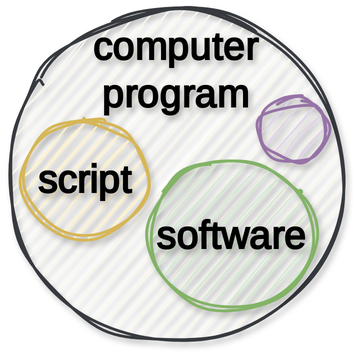
Earlier version of the draw.io export lectures/figures/program_software.drawio.svg (pintergreg/software-engineering). Source tidied: cells renumbered, new cells last; positions are measured from the earlier drawing's top-left corner, leaving out a move shared by most shapes.
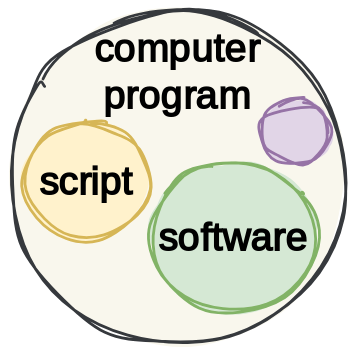
The same diagram one commit later.

Commit message:
Remove shadow and use solid fill #7

What changed in the source:
```diff
@@ -2,19 +2,19 @@
   <root>
     <mxCell id="0" />
     <mxCell id="1" parent="0" />
-    <mxCell id="2" style="ellipse;whiteSpace=wrap;html=1;align=center;fillColor=#f9f7ed;strokeColor=#36393d;strokeWidth=2;perimeterSpacing=0;sketch=1;curveFitting=1;jiggle=2;shadow=1;" parent="1" vertex="1">
+    <mxCell id="2" style="ellipse;whiteSpace=wrap;html=1;align=center;fillColor=#f9f7ed;strokeColor=#36393d;strokeWidth=2;perimeterSpacing=0;sketch=1;curveFitting=1;jiggle=2;shadow=0;fillStyle=solid;" parent="1" vertex="1">
       <mxGeometry width="240" height="240" as="geometry" />
     </mxCell>
-    <mxCell id="3" value="software" style="ellipse;whiteSpace=wrap;html=1;fontSize=28;fontStyle=1;fillColor=#d5e8d4;strokeColor=#82b366;sketch=1;curveFitting=1;jiggle=2;strokeWidth=2;shadow=1;fontFamily=Delicious Handrawn;fontSource=https%3A%2F%2Ffonts.googleapis.com%2Fcss%3Ffamily%3DDelicious%2BHandrawn;textShadow=1;" parent="1" vertex="1">
+    <mxCell id="3" value="software" style="ellipse;whiteSpace=wrap;html=1;fontSize=28;fontStyle=1;fillColor=#d5e8d4;strokeColor=#82b366;sketch=1;curveFitting=1;jiggle=2;strokeWidth=2;shadow=0;fontFamily=Delicious Handrawn;fontSource=https%3A%2F%2Ffonts.googleapis.com%2Fcss%3Ffamily%3DDelicious%2BHandrawn;textShadow=0;fillStyle=solid;" parent="1" vertex="1">
       <mxGeometry x="100" y="110" width="120" height="105" as="geometry" />
     </mxCell>
-    <mxCell id="4" value="&lt;div&gt;&lt;font style=&quot;font-size: 28px;&quot;&gt;&lt;b style=&quot;font-size: 28px;&quot;&gt;computer&lt;/b&gt;&lt;/font&gt;&lt;/div&gt;&lt;div&gt;&lt;font style=&quot;font-size: 28px;&quot;&gt;&lt;b style=&quot;font-size: 28px;&quot;&gt;program&lt;/b&gt;&lt;/font&gt;&lt;/div&gt;" style="text;html=1;align=center;verticalAlign=middle;whiteSpace=wrap;rounded=0;fontFamily=Delicious Handrawn;fontSource=https%3A%2F%2Ffonts.googleapis.com%2Fcss%3Ffamily%3DDelicious%2BHandrawn;textShadow=1;spacingBottom=0;fontSize=28;labelBorderColor=none;" parent="1" vertex="1">
+    <mxCell id="4" value="&lt;div&gt;&lt;font style=&quot;font-size: 28px;&quot;&gt;&lt;b style=&quot;font-size: 28px;&quot;&gt;computer&lt;/b&gt;&lt;/font&gt;&lt;/div&gt;&lt;div&gt;&lt;font style=&quot;font-size: 28px;&quot;&gt;&lt;b style=&quot;font-size: 28px;&quot;&gt;program&lt;/b&gt;&lt;/font&gt;&lt;/div&gt;" style="text;html=1;align=center;verticalAlign=middle;whiteSpace=wrap;rounded=0;fontFamily=Delicious Handrawn;fontSource=https%3A%2F%2Ffonts.googleapis.com%2Fcss%3Ffamily%3DDelicious%2BHandrawn;textShadow=0;spacingBottom=0;fontSize=28;labelBorderColor=none;" parent="1" vertex="1">
       <mxGeometry x="25" y="30" width="190" height="30" as="geometry" />
     </mxCell>
-    <mxCell id="5" value="script" style="ellipse;whiteSpace=wrap;html=1;fontSize=28;fontStyle=1;fillColor=#fff2cc;strokeColor=#d6b656;sketch=1;curveFitting=1;jiggle=2;strokeWidth=2;shadow=1;fontFamily=Delicious Handrawn;fontSource=https%3A%2F%2Ffonts.googleapis.com%2Fcss%3Ffamily%3DDelicious%2BHandrawn;textShadow=1;" parent="1" vertex="1">
+    <mxCell id="5" value="script" style="ellipse;whiteSpace=wrap;html=1;fontSize=28;fontStyle=1;fillColor=#fff2cc;strokeColor=#d6b656;sketch=1;curveFitting=1;jiggle=2;strokeWidth=2;shadow=0;fontFamily=Delicious Handrawn;fontSource=https%3A%2F%2Ffonts.googleapis.com%2Fcss%3Ffamily%3DDelicious%2BHandrawn;textShadow=0;fillStyle=solid;" parent="1" vertex="1">
       <mxGeometry x="10" y="80" width="90" height="85" as="geometry" />
     </mxCell>
-    <mxCell id="6" style="ellipse;whiteSpace=wrap;html=1;fontSize=28;fontStyle=1;fillColor=#e1d5e7;strokeColor=#9673a6;sketch=1;curveFitting=1;jiggle=2;strokeWidth=2;shadow=1;fontFamily=Delicious Handrawn;fontSource=https%3A%2F%2Ffonts.googleapis.com%2Fcss%3Ffamily%3DDelicious%2BHandrawn;textShadow=1;" parent="1" vertex="1">
+    <mxCell id="6" style="ellipse;whiteSpace=wrap;html=1;fontSize=28;fontStyle=1;fillColor=#e1d5e7;strokeColor=#9673a6;sketch=1;curveFitting=1;jiggle=2;strokeWidth=2;shadow=0;fontFamily=Delicious Handrawn;fontSource=https%3A%2F%2Ffonts.googleapis.com%2Fcss%3Ffamily%3DDelicious%2BHandrawn;textShadow=1;fillStyle=solid;" parent="1" vertex="1">
       <mxGeometry x="180" y="65" width="50" height="45" as="geometry" />
     </mxCell>
   </root>
```
